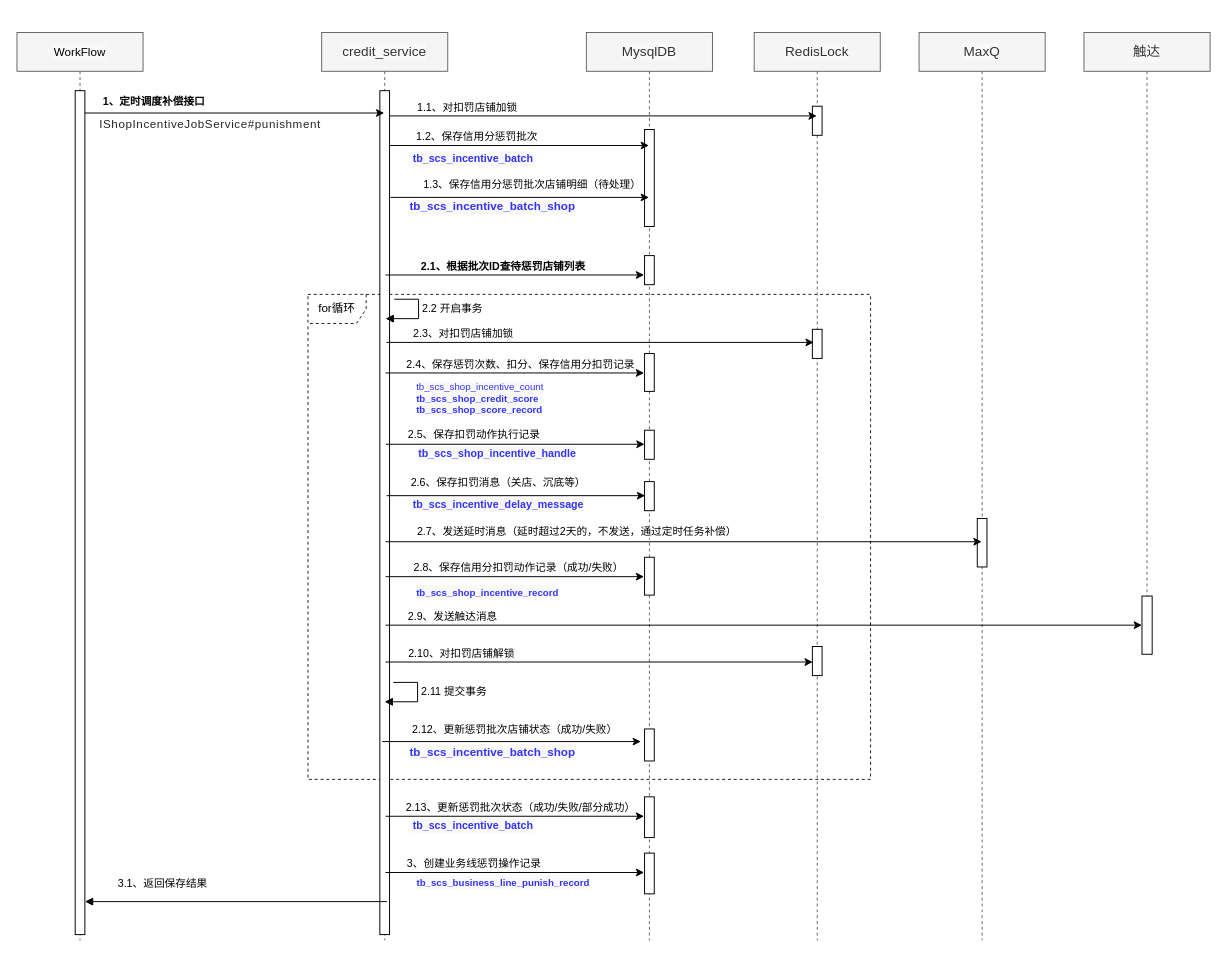
Earlier version of the draw.io diagram page "惩罚/恢复补偿" (8 of 8) of 信用分架构.drawio (jon-kong/draw.io). Source tidied: cells renumbered, new cells numbered last; positions are measured from the earlier drawing's top-left corner, leaving out a move shared by most shapes. Both pictures are drawn from the tidied source at 97%, with x=0, y=0 at pixel (16, 32).
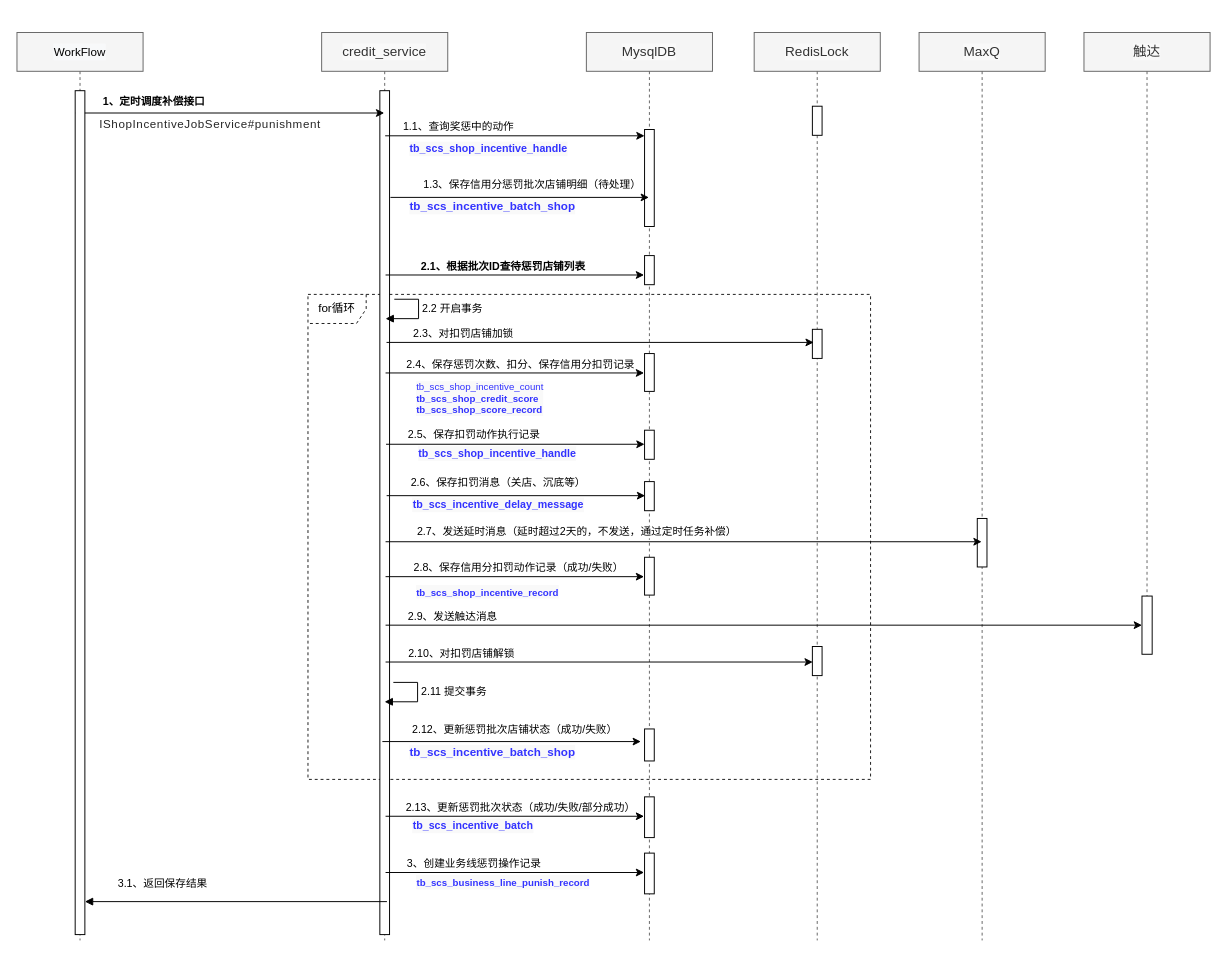
After the change.

Commit message:
Update 信用分架构.drawio

Change to the diagram source:
```diff
@@
     <mxCell id="18" style="rounded=0;orthogonalLoop=1;jettySize=auto;html=1;exitX=0.59;exitY=0.25;exitDx=0;exitDy=0;exitPerimeter=0;" parent="1" edge="1">
       <mxGeometry relative="1" as="geometry">
-        <mxPoint x="384.1" y="116.5" as="sourcePoint" />
-        <mxPoint x="651.5" y="116.5" as="targetPoint" />
+        <mxPoint x="379.6" y="106.5" as="sourcePoint" />
+        <mxPoint x="647" y="106.5" as="targetPoint" />
       </mxGeometry>
     </mxCell>
-    <mxCell id="19" value="1.2、保存信用分惩罚批次" style="edgeLabel;html=1;align=center;verticalAlign=middle;" parent="18" vertex="1">
+    <mxCell id="19" value="1.1、查询奖惩中的动作" style="edgeLabel;html=1;align=center;verticalAlign=middle;" parent="18" vertex="1">
       <mxGeometry x="-0.01" y="-14" relative="1" as="geometry">
-        <mxPoint x="-43.1" y="-24.5" as="offset" />
+        <mxPoint x="-57.1" y="-24.5" as="offset" />
       </mxGeometry>
     </mxCell>
@@
-    <mxCell id="23" value="&lt;pre style=&quot;background-color: rgb(249 , 249 , 249) ; font-family: &amp;#34;fira code retina&amp;#34;&quot;&gt;&lt;span style=&quot;font-weight: bold ; line-height: 100%&quot;&gt;&lt;font style=&quot;font-size: 11px&quot; color=&quot;#3333ff&quot;&gt;tb_scs_incentive_batch&lt;/font&gt;&lt;/span&gt;&lt;/pre&gt;" style="text;html=1;align=center;verticalAlign=middle;" parent="1" vertex="1">
-      <mxGeometry x="400" y="110" width="140" height="40" as="geometry" />
+    <mxCell id="23" value="&lt;pre style=&quot;background-color: rgb(249 , 249 , 249) ; font-family: &amp;#34;fira code retina&amp;#34;&quot;&gt;&lt;pre style=&quot;font-family: &amp;#34;fira code retina&amp;#34;&quot;&gt;&lt;span style=&quot;font-weight: bold ; line-height: 12px&quot;&gt;&lt;font color=&quot;#3333ff&quot; style=&quot;font-size: 11px&quot;&gt;tb_scs_shop_incentive_handle&lt;/font&gt;&lt;/span&gt;&lt;/pre&gt;&lt;/pre&gt;" style="text;html=1;align=center;verticalAlign=middle;" parent="1" vertex="1">
+      <mxGeometry x="400.6" y="100" width="170" height="40" as="geometry" />
     </mxCell>
@@
-    <mxCell id="32" style="rounded=0;orthogonalLoop=1;jettySize=auto;html=1;exitX=0.59;exitY=0.25;exitDx=0;exitDy=0;exitPerimeter=0;" parent="1" edge="1">
-      <mxGeometry relative="1" as="geometry">
-        <mxPoint x="384.1" y="86" as="sourcePoint" />
-        <mxPoint x="824.5" y="86" as="targetPoint" />
-      </mxGeometry>
-    </mxCell>
-    <mxCell id="33" value="1.1、对扣罚店铺加锁" style="edgeLabel;html=1;align=center;verticalAlign=middle;" parent="32" vertex="1">
-      <mxGeometry x="-0.01" y="-14" relative="1" as="geometry">
-        <mxPoint x="-139.1" y="-24" as="offset" />
-      </mxGeometry>
-    </mxCell>
```
